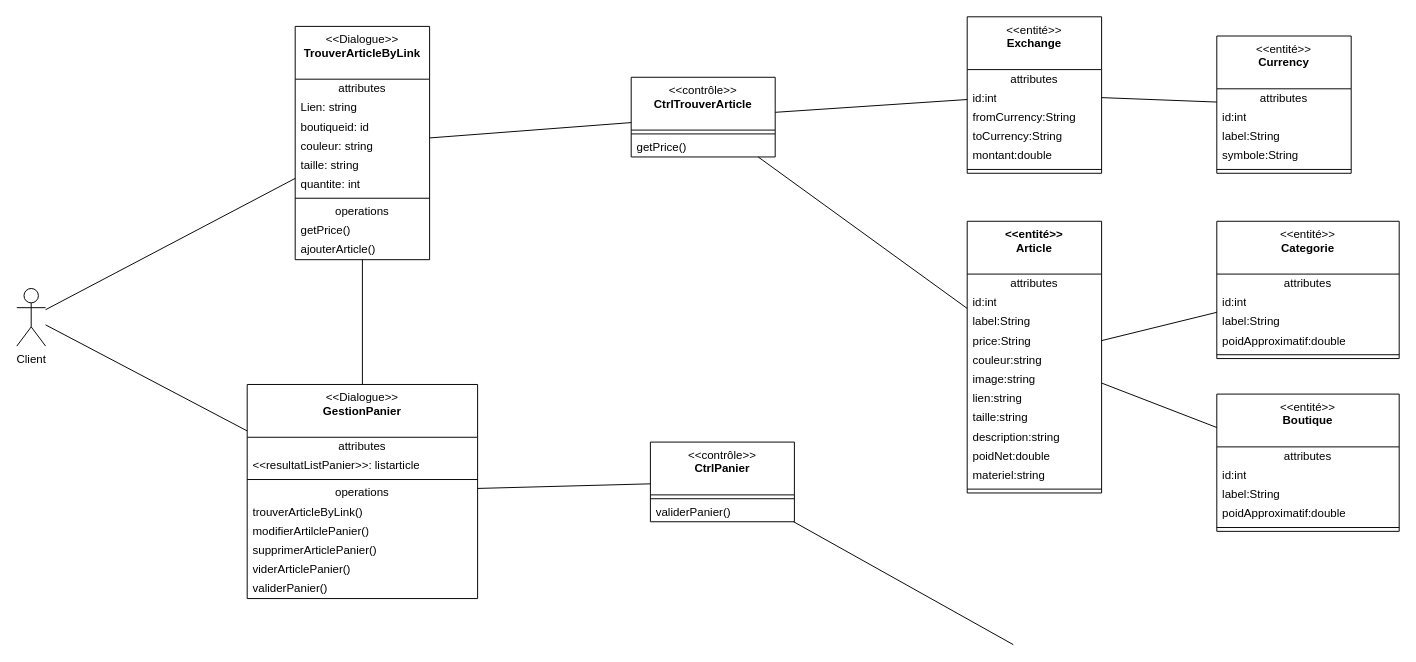
The draw.io diagram page "DCP-MFS1" (3 of 4) of Diagramme_MyFrench_Shop.drawio in kbvac/Diagramme-UML, before the edit. Source tidied: cells renumbered, new cells numbered last; positions are measured from the earlier drawing's top-left corner, leaving out a move shared by most shapes. Both pictures are drawn from the tidied source at 96%, with x=0, y=0 at pixel (16, 16).
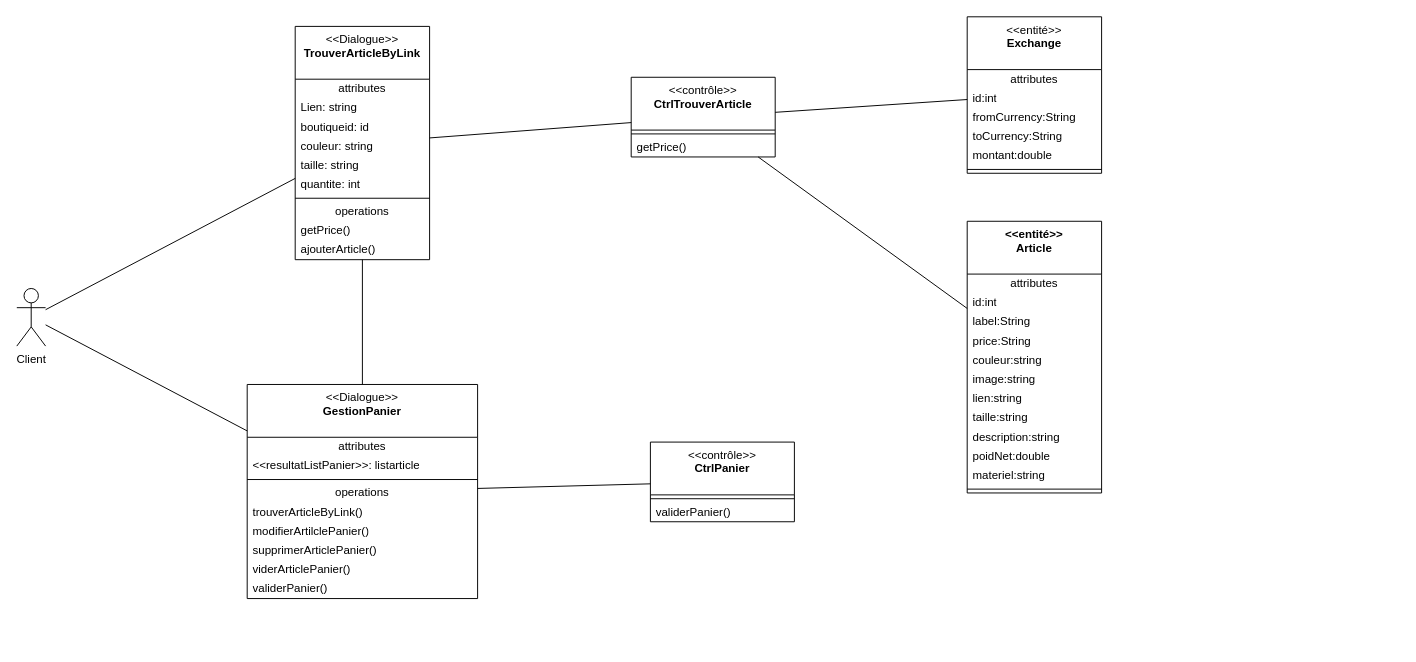
Above is the later version.

The change refers to these unchanged cells:
```xml
<mxCell id="27" value="&amp;lt;&amp;lt;contrôle&amp;gt;&amp;gt;&lt;br&gt;&lt;b&gt;CtrlPanier&lt;/b&gt;" style="swimlane;fontStyle=0;align=center;verticalAlign=top;horizontal=1;startSize=55;html=1;whiteSpace=wrap;" parent="1" vertex="1">
  <mxGeometry x="660" y="443" width="150" height="83" as="geometry" />
</mxCell>
<mxCell id="35" value="&amp;lt;&amp;lt;entité&amp;gt;&amp;gt;&lt;br&gt;&lt;b&gt;Exchange&lt;/b&gt;" style="swimlane;fontStyle=0;align=center;verticalAlign=top;horizontal=1;startSize=55;html=1;whiteSpace=wrap;" parent="1" vertex="1">
  <mxGeometry x="990" width="140" height="163" as="geometry" />
</mxCell>
<mxCell id="50" value="&amp;lt;&amp;lt;entité&amp;gt;&amp;gt;&lt;br&gt;&lt;span&gt;Article&lt;/span&gt;" style="swimlane;fontStyle=1;align=center;verticalAlign=top;horizontal=1;startSize=55;html=1;whiteSpace=wrap;" parent="1" vertex="1">
  <mxGeometry x="990" y="213" width="140" height="283" as="geometry" />
</mxCell>
```

The edit, as a diff of the source:
```diff
@@
-    <mxCell id="43" value="&amp;lt;&amp;lt;entité&amp;gt;&amp;gt;&lt;br&gt;&lt;b&gt;Currency&lt;/b&gt;" style="swimlane;fontStyle=0;align=center;verticalAlign=top;horizontal=1;startSize=55;html=1;whiteSpace=wrap;" parent="1" vertex="1">
-      <mxGeometry x="1250" y="20" width="140" height="143" as="geometry" />
-    </mxCell>
-    <mxCell id="44" value="attributes" style="text;html=1;strokeColor=none;fillColor=none;align=center;verticalAlign=middle;spacingLeft=4;spacingRight=4;overflow=hidden;whiteSpace=wrap;" parent="43" vertex="1">
-      <mxGeometry y="55" width="140" height="20" as="geometry" />
-    </mxCell>
-    <mxCell id="45" value="id:int" style="text;html=1;strokeColor=none;fillColor=none;align=left;verticalAlign=middle;spacingLeft=4;spacingRight=4;overflow=hidden;whiteSpace=wrap;" parent="43" vertex="1">
-      <mxGeometry y="75" width="140" height="20" as="geometry" />
-    </mxCell>
-    <mxCell id="46" value="label:String" style="text;html=1;strokeColor=none;fillColor=none;align=left;verticalAlign=middle;spacingLeft=4;spacingRight=4;overflow=hidden;whiteSpace=wrap;" parent="43" vertex="1">
-      <mxGeometry y="95" width="140" height="20" as="geometry" />
-    </mxCell>
-    <mxCell id="47" value="symbole:String" style="text;html=1;strokeColor=none;fillColor=none;align=left;verticalAlign=middle;spacingLeft=4;spacingRight=4;overflow=hidden;whiteSpace=wrap;" parent="43" vertex="1">
-      <mxGeometry y="115" width="140" height="20" as="geometry" />
-    </mxCell>
-    <mxCell id="48" style="line;strokeWidth=1;fillColor=none;align=left;verticalAlign=middle;spacingTop=-1;spacingLeft=3;spacingRight=3;labelPosition=right;" parent="43" vertex="1">
-      <mxGeometry y="135" width="140" height="8" as="geometry" />
-    </mxCell>
-    <mxCell id="49" style="endArrow=none;startArrow=none;endFill=0;startFill=0;endSize=8;html=1;verticalAlign=bottom;labelBackgroundColor=none;strokeWidth=1;rounded=0;" parent="1" edge="1" source="43" target="35">
-      <mxGeometry relative="1" as="geometry" />
-    </mxCell>
@@
-    <mxCell id="63" value="&amp;lt;&amp;lt;entité&amp;gt;&amp;gt;&lt;br&gt;&lt;b&gt;Categorie&lt;/b&gt;" style="swimlane;fontStyle=0;align=center;verticalAlign=top;horizontal=1;startSize=55;html=1;whiteSpace=wrap;" parent="1" vertex="1">
-      <mxGeometry x="1250" y="213" width="190" height="143" as="geometry" />
-    </mxCell>
-    <mxCell id="64" value="attributes" style="text;html=1;strokeColor=none;fillColor=none;align=center;verticalAlign=middle;spacingLeft=4;spacingRight=4;overflow=hidden;whiteSpace=wrap;" parent="63" vertex="1">
-      <mxGeometry y="55" width="190" height="20" as="geometry" />
-    </mxCell>
-    <mxCell id="65" value="id:int" style="text;html=1;strokeColor=none;fillColor=none;align=left;verticalAlign=middle;spacingLeft=4;spacingRight=4;overflow=hidden;whiteSpace=wrap;" parent="63" vertex="1">
-      <mxGeometry y="75" width="190" height="20" as="geometry" />
-    </mxCell>
-    <mxCell id="66" value="label:String" style="text;html=1;strokeColor=none;fillColor=none;align=left;verticalAlign=middle;spacingLeft=4;spacingRight=4;overflow=hidden;whiteSpace=wrap;" parent="63" vertex="1">
-      <mxGeometry y="95" width="190" height="20" as="geometry" />
-    </mxCell>
-    <mxCell id="67" value="poidApproximatif:double" style="text;html=1;strokeColor=none;fillColor=none;align=left;verticalAlign=middle;spacingLeft=4;spacingRight=4;overflow=hidden;whiteSpace=wrap;" parent="63" vertex="1">
-      <mxGeometry y="115" width="190" height="20" as="geometry" />
-    </mxCell>
-    <mxCell id="68" style="line;strokeWidth=1;fillColor=none;align=left;verticalAlign=middle;spacingTop=-1;spacingLeft=3;spacingRight=3;labelPosition=right;" parent="63" vertex="1">
-      <mxGeometry y="135" width="190" height="8" as="geometry" />
-    </mxCell>
-    <mxCell id="69" style="endArrow=none;startArrow=none;endFill=0;startFill=0;endSize=8;html=1;verticalAlign=bottom;labelBackgroundColor=none;strokeWidth=1;rounded=0;" parent="1" edge="1" source="63" target="50">
-      <mxGeometry relative="1" as="geometry" />
-    </mxCell>
-    <mxCell id="70" value="&amp;lt;&amp;lt;entité&amp;gt;&amp;gt;&lt;br&gt;&lt;b&gt;Boutique&lt;/b&gt;" style="swimlane;fontStyle=0;align=center;verticalAlign=top;horizontal=1;startSize=55;html=1;whiteSpace=wrap;" parent="1" vertex="1">
-      <mxGeometry x="1250" y="393" width="190" height="143" as="geometry" />
-    </mxCell>
-    <mxCell id="71" value="attributes" style="text;html=1;strokeColor=none;fillColor=none;align=center;verticalAlign=middle;spacingLeft=4;spacingRight=4;overflow=hidden;whiteSpace=wrap;" parent="70" vertex="1">
-      <mxGeometry y="55" width="190" height="20" as="geometry" />
-    </mxCell>
-    <mxCell id="72" value="id:int" style="text;html=1;strokeColor=none;fillColor=none;align=left;verticalAlign=middle;spacingLeft=4;spacingRight=4;overflow=hidden;whiteSpace=wrap;" parent="70" vertex="1">
-      <mxGeometry y="75" width="190" height="20" as="geometry" />
-    </mxCell>
-    <mxCell id="73" value="label:String" style="text;html=1;strokeColor=none;fillColor=none;align=left;verticalAlign=middle;spacingLeft=4;spacingRight=4;overflow=hidden;whiteSpace=wrap;" parent="70" vertex="1">
-      <mxGeometry y="95" width="190" height="20" as="geometry" />
-    </mxCell>
-    <mxCell id="74" value="poidApproximatif:double" style="text;html=1;strokeColor=none;fillColor=none;align=left;verticalAlign=middle;spacingLeft=4;spacingRight=4;overflow=hidden;whiteSpace=wrap;" parent="70" vertex="1">
-      <mxGeometry y="115" width="190" height="20" as="geometry" />
-    </mxCell>
-    <mxCell id="75" style="line;strokeWidth=1;fillColor=none;align=left;verticalAlign=middle;spacingTop=-1;spacingLeft=3;spacingRight=3;labelPosition=right;" parent="70" vertex="1">
-      <mxGeometry y="135" width="190" height="8" as="geometry" />
-    </mxCell>
-    <mxCell id="76" style="endArrow=none;startArrow=none;endFill=0;startFill=0;endSize=8;html=1;verticalAlign=bottom;labelBackgroundColor=none;strokeWidth=1;rounded=0;" parent="1" edge="1" source="70" target="50">
-      <mxGeometry relative="1" as="geometry" />
-    </mxCell>
@@
-    <mxCell id="78" style="endArrow=none;startArrow=none;endFill=0;startFill=0;endSize=8;html=1;verticalAlign=bottom;labelBackgroundColor=none;strokeWidth=1;rounded=0;" parent="1" edge="1" target="27">
-      <mxGeometry relative="1" as="geometry">
-        <mxPoint x="1038" y="654" as="sourcePoint" />
-      </mxGeometry>
-    </mxCell>
```
